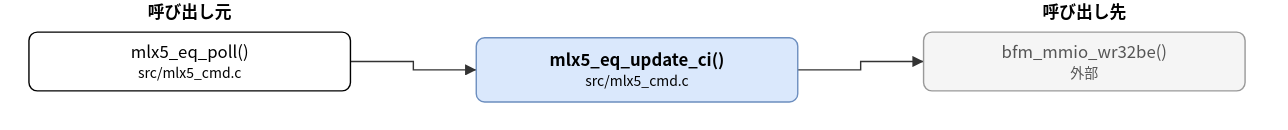
This is doc/spec/images/call_src_mlx5_cmd-mlx5_eq_update_ci.drawio.svg from hf355051012-ai/bfmem, a draw.io export, as it was before one commit. Source tidied: cells renumbered, new cells last; positions are measured from the earlier drawing's top-left corner, leaving out a move shared by most shapes.
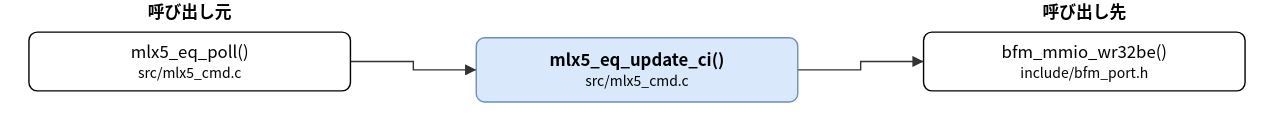
The same file after the commit.

The edit, as a diff of the source:
```diff
@@ -8,7 +8,7 @@
     <mxCell id="3" value="mlx5_eq_poll()&lt;br&gt;&lt;font style=&quot;font-size:10px&quot;&gt;src/mlx5_cmd.c&lt;/font&gt;" style="rounded=1;whiteSpace=wrap;html=1;" parent="1" vertex="1">
       <mxGeometry y="23" width="230" height="42" as="geometry" />
     </mxCell>
-    <mxCell id="4" value="bfm_mmio_wr32be()&lt;br&gt;&lt;font style=&quot;font-size:10px&quot;&gt;外部&lt;/font&gt;" style="rounded=1;whiteSpace=wrap;html=1;fillColor=#f5f5f5;strokeColor=#999999;fontColor=#555555;" parent="1" vertex="1">
+    <mxCell id="4" value="bfm_mmio_wr32be()&lt;br&gt;&lt;font style=&quot;font-size:10px&quot;&gt;include/bfm_port.h&lt;/font&gt;" style="rounded=1;whiteSpace=wrap;html=1;" parent="1" vertex="1">
       <mxGeometry x="640" y="23" width="230" height="42" as="geometry" />
     </mxCell>
     <mxCell id="5" style="edgeStyle=none;html=1;rounded=0;endArrow=block;endFill=1;exitX=1.0000;exitY=0.5000;exitDx=0;exitDy=0;exitPerimeter=0;entryX=0.0000;entryY=0.5000;entryDx=0;entryDy=0;entryPerimeter=0;" parent="1" edge="1" source="3" target="2">
```
